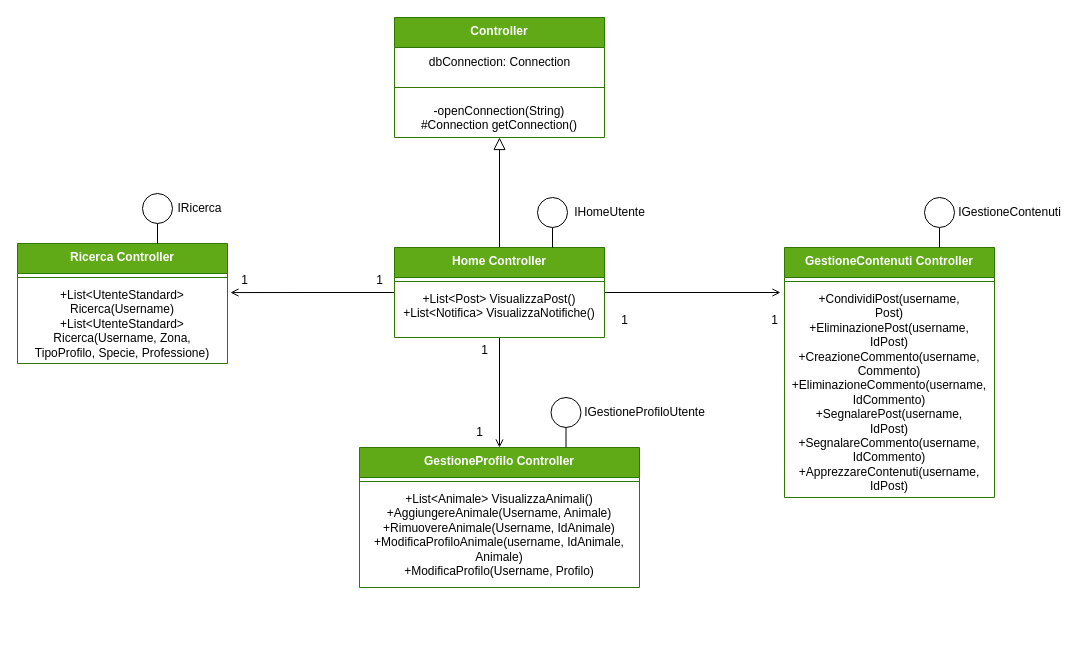
Earlier version of the draw.io diagram uml/GestioneUtente Dettaglio.drawio (Iannicc/Pet-Party). Source tidied: cells renumbered, new cells numbered last; positions are measured from the earlier drawing's top-left corner, leaving out a move shared by most shapes. Both pictures are drawn from the tidied source at 100%, with x=0, y=0 at pixel (17, 17).
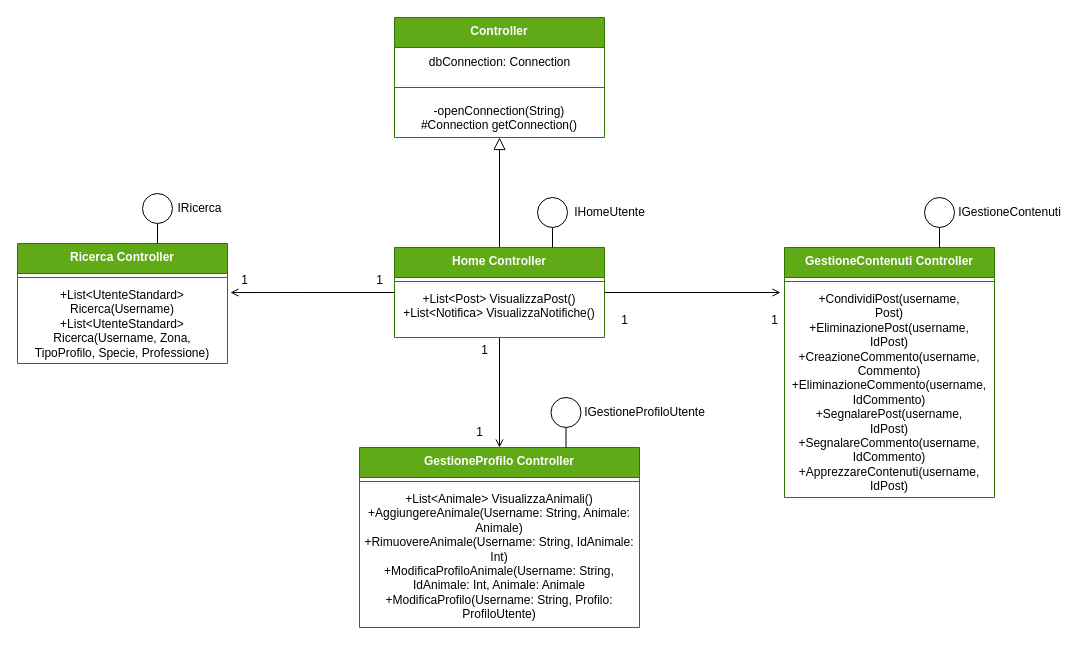
The same diagram, later.

Change to the diagram source:
```diff
@@
     <mxCell id="2" value="&lt;div&gt;GestioneProfilo Controller&lt;br&gt;&lt;/div&gt;" style="swimlane;fontStyle=1;align=center;verticalAlign=top;horizontal=1;startSize=30;whiteSpace=wrap;html=1;fillColor=#60a917;fontColor=#ffffff;strokeColor=#2D7600;" parent="1" vertex="1">
-      <mxGeometry x="342" y="430" width="280" height="140" as="geometry" />
+      <mxGeometry x="342" y="430" width="280" height="180" as="geometry" />
     </mxCell>
@@
-    <mxCell id="4" value="&lt;div&gt;+List&amp;lt;Animale&amp;gt; VisualizzaAnimali()&lt;br&gt;&lt;/div&gt;&lt;div&gt;+AggiungereAnimale(Username, Animale)&lt;/div&gt;&lt;div&gt;+RimuovereAnimale(Username, IdAnimale)&lt;/div&gt;&lt;div&gt;+ModificaProfiloAnimale(username, IdAnimale, Animale)&lt;/div&gt;&lt;div&gt;+ModificaProfilo(Username, Profilo)&lt;br&gt;&lt;/div&gt;" style="text;strokeColor=none;fillColor=none;align=center;verticalAlign=top;spacingLeft=4;spacingRight=4;overflow=hidden;whiteSpace=wrap;html=1;" parent="2" vertex="1">
-      <mxGeometry y="38" width="280" height="102" as="geometry" />
+    <mxCell id="4" value="&lt;div&gt;+List&amp;lt;Animale&amp;gt; VisualizzaAnimali()&lt;br&gt;&lt;/div&gt;&lt;div&gt;+AggiungereAnimale(Username: String, Animale: Animale)&lt;/div&gt;&lt;div&gt;+RimuovereAnimale(Username: String, IdAnimale: Int)&lt;/div&gt;&lt;div&gt;+ModificaProfiloAnimale(Username: String, IdAnimale: Int, Animale: Animale&lt;br&gt;&lt;/div&gt;&lt;div&gt;+ModificaProfilo(Username: String, Profilo: ProfiloUtente)&lt;br&gt;&lt;/div&gt;" style="text;strokeColor=none;fillColor=none;align=center;verticalAlign=top;spacingLeft=4;spacingRight=4;overflow=hidden;whiteSpace=wrap;html=1;" parent="2" vertex="1">
+      <mxGeometry y="38" width="280" height="142" as="geometry" />
     </mxCell>
```
